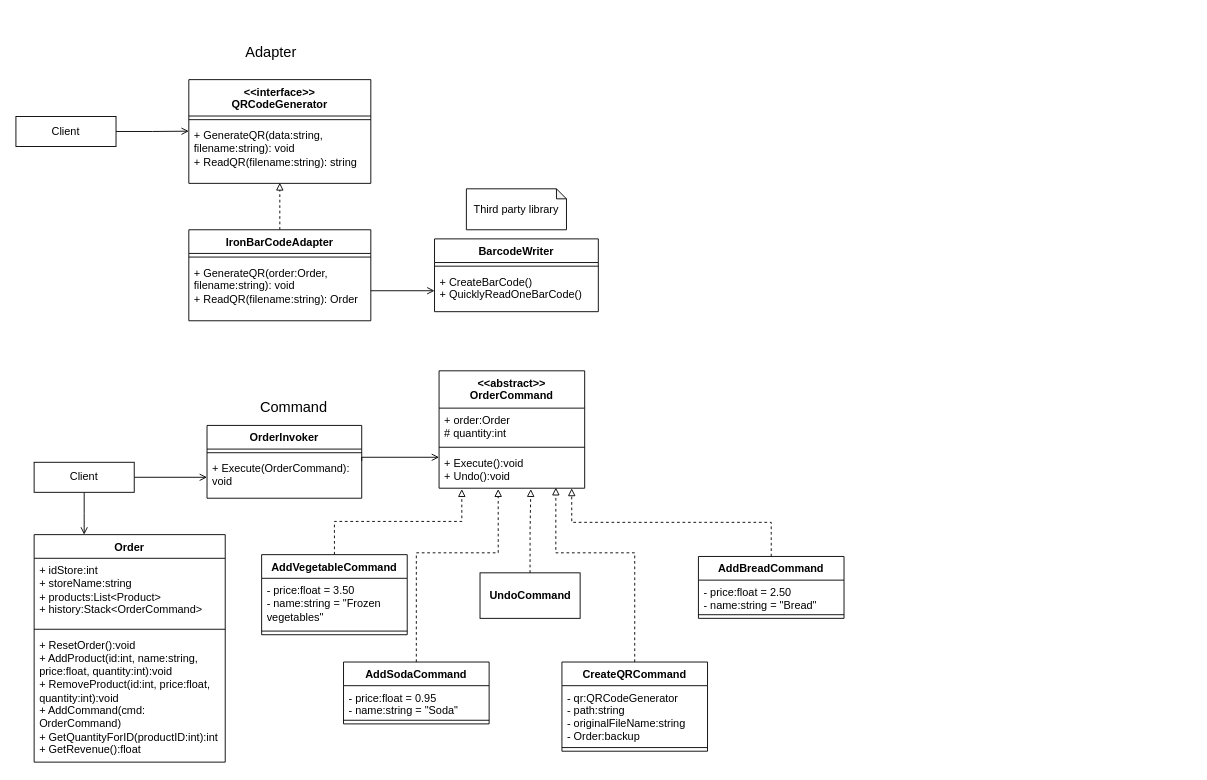
ArrobaRicardoGE/1222-patrones-arquitectura-software keeps this draw.io diagram as RutasTiendas/docs/UML.drawio. Above is the earlier version. Source tidied: cells renumbered, new cells numbered last; positions are measured from the earlier drawing's top-left corner, leaving out a move shared by most shapes. Both pictures are drawn from the tidied source at 91%, with x=0, y=0 at pixel (15, 43).
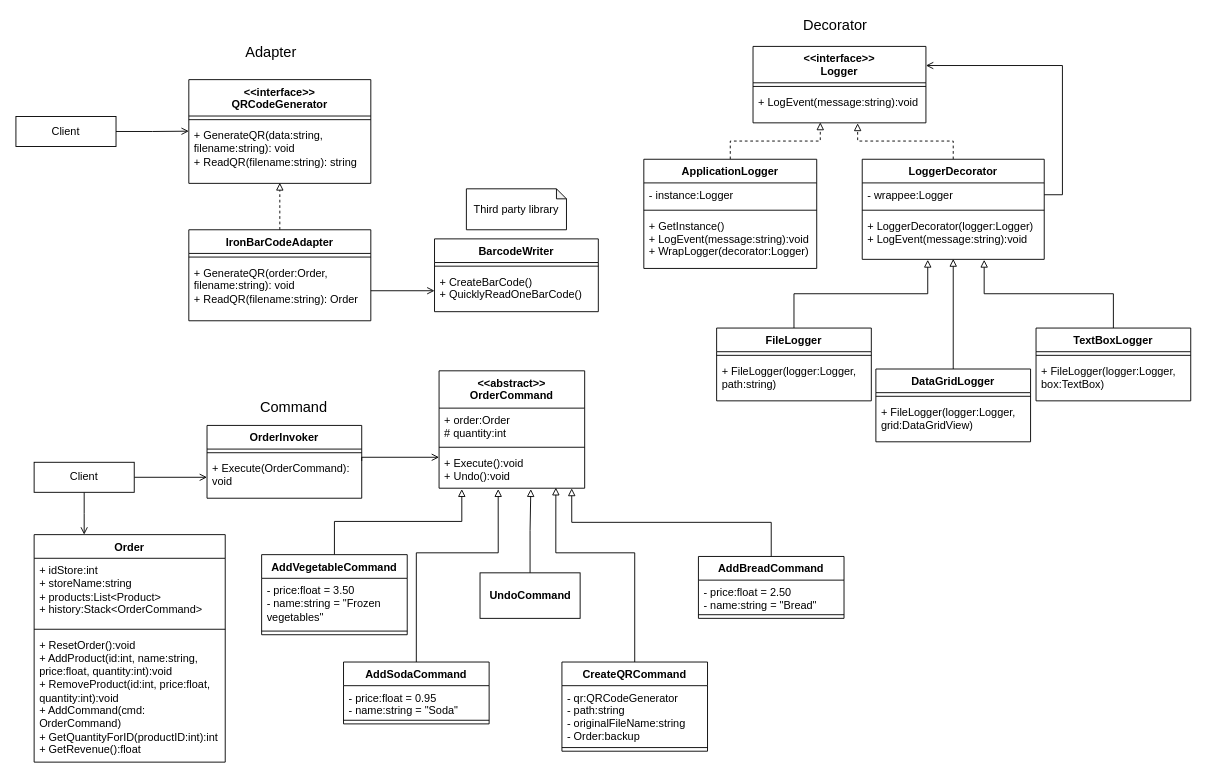
The same page after the edit.

Unchanged cells that the change refers to:
```xml
<mxCell id="25" value="AddVegetableCommand" style="swimlane;fontStyle=1;align=center;verticalAlign=top;horizontal=1;startSize=26;" parent="1" vertex="1">
  <mxGeometry x="270" y="562" width="160" height="88" as="geometry" />
</mxCell>
<mxCell id="29" value="AddSodaCommand" style="swimlane;fontStyle=1;align=center;verticalAlign=top;horizontal=1;startSize=26;" parent="1" vertex="1">
  <mxGeometry x="360" y="680" width="160" height="68" as="geometry" />
</mxCell>
<mxCell id="33" value="AddBreadCommand" style="swimlane;fontStyle=1;align=center;verticalAlign=top;horizontal=1;startSize=26;" parent="1" vertex="1">
  <mxGeometry x="750" y="564" width="160" height="68" as="geometry" />
</mxCell>
<mxCell id="39" value="+ Execute():void&#10;+ Undo():void" style="text;strokeColor=none;fillColor=none;align=left;verticalAlign=top;spacingLeft=4;spacingRight=4;overflow=hidden;points=[[0,0.5],[1,0.5]];portConstraint=eastwest;" parent="36" vertex="1">
  <mxGeometry y="88" width="160" height="41" as="geometry" />
</mxCell>
<mxCell id="46" value="CreateQRCommand" style="swimlane;fontStyle=1;align=center;verticalAlign=top;horizontal=1;startSize=26;" parent="1" vertex="1">
  <mxGeometry x="600" y="680" width="160" height="98" as="geometry" />
</mxCell>
<mxCell id="50" value="&lt;b&gt;UndoCommand&lt;/b&gt;" style="html=1;" parent="1" vertex="1">
  <mxGeometry x="510" y="582" width="110" height="50" as="geometry" />
</mxCell>
```

What changed in the source:
```diff
@@
-    <mxCell id="24" style="edgeStyle=orthogonalEdgeStyle;rounded=0;jettySize=auto;html=1;entryX=0.156;entryY=1.024;entryDx=0;entryDy=0;entryPerimeter=0;dashed=1;endArrow=block;endFill=0;" parent="1" edge="1" source="25" target="39">
+    <mxCell id="24" style="edgeStyle=orthogonalEdgeStyle;rounded=0;jettySize=auto;html=1;entryX=0.156;entryY=1.024;entryDx=0;entryDy=0;entryPerimeter=0;endArrow=block;endFill=0;" parent="1" edge="1" source="25" target="39">
       <mxGeometry relative="1" as="geometry" />
     </mxCell>
@@
-    <mxCell id="28" style="edgeStyle=orthogonalEdgeStyle;rounded=0;jettySize=auto;html=1;entryX=0.406;entryY=1.024;entryDx=0;entryDy=0;entryPerimeter=0;dashed=1;endArrow=block;endFill=0;" parent="1" edge="1" source="29" target="39">
+    <mxCell id="28" style="edgeStyle=orthogonalEdgeStyle;rounded=0;jettySize=auto;html=1;entryX=0.406;entryY=1.024;entryDx=0;entryDy=0;entryPerimeter=0;endArrow=block;endFill=0;" parent="1" edge="1" source="29" target="39">
       <mxGeometry relative="1" as="geometry">
         <Array as="points">
           <mxPoint x="440" y="560" />
           <mxPoint x="530" y="560" />
         </Array>
       </mxGeometry>
     </mxCell>
@@
-    <mxCell id="32" style="edgeStyle=orthogonalEdgeStyle;rounded=0;jettySize=auto;html=1;entryX=0.911;entryY=1.004;entryDx=0;entryDy=0;entryPerimeter=0;dashed=1;endArrow=block;endFill=0;" parent="1" edge="1" source="33" target="39">
+    <mxCell id="32" style="edgeStyle=orthogonalEdgeStyle;rounded=0;jettySize=auto;html=1;entryX=0.911;entryY=1.004;entryDx=0;entryDy=0;entryPerimeter=0;endArrow=block;endFill=0;" parent="1" edge="1" source="33" target="39">
       <mxGeometry relative="1" as="geometry" />
     </mxCell>
@@
-    <mxCell id="45" style="edgeStyle=orthogonalEdgeStyle;rounded=0;jettySize=auto;html=1;entryX=0.802;entryY=0.984;entryDx=0;entryDy=0;entryPerimeter=0;dashed=1;endArrow=block;endFill=0;" parent="1" edge="1" source="46" target="39">
+    <mxCell id="45" style="edgeStyle=orthogonalEdgeStyle;rounded=0;jettySize=auto;html=1;entryX=0.802;entryY=0.984;entryDx=0;entryDy=0;entryPerimeter=0;endArrow=block;endFill=0;" parent="1" edge="1" source="46" target="39">
       <mxGeometry relative="1" as="geometry">
         <Array as="points">
           <mxPoint x="680" y="560" />
           <mxPoint x="593" y="560" />
         </Array>
       </mxGeometry>
     </mxCell>
@@
-    <mxCell id="49" style="edgeStyle=orthogonalEdgeStyle;rounded=0;jettySize=auto;html=1;entryX=0.63;entryY=1.024;entryDx=0;entryDy=0;entryPerimeter=0;dashed=1;endArrow=block;endFill=0;" parent="1" edge="1" source="50" target="39">
+    <mxCell id="49" style="edgeStyle=orthogonalEdgeStyle;rounded=0;jettySize=auto;html=1;entryX=0.63;entryY=1.024;entryDx=0;entryDy=0;entryPerimeter=0;endArrow=block;endFill=0;" parent="1" edge="1" source="50" target="39">
       <mxGeometry relative="1" as="geometry" />
     </mxCell>
@@
+    <mxCell id="51" value="&lt;&lt;interface&gt;&gt;&#10;Logger" style="swimlane;fontStyle=1;align=center;verticalAlign=top;horizontal=1;startSize=40;" parent="1" vertex="1">
+      <mxGeometry x="810" y="3.5" width="190" height="84" as="geometry" />
+    </mxCell>
+    <mxCell id="52" style="line;strokeWidth=1;fillColor=none;align=left;verticalAlign=middle;spacingTop=-1;spacingLeft=3;spacingRight=3;labelPosition=right;" parent="51" vertex="1">
+      <mxGeometry y="40" width="190" height="8" as="geometry" />
+    </mxCell>
+    <mxCell id="53" value="+ LogEvent(message:string):void" style="text;strokeColor=none;fillColor=none;align=left;verticalAlign=top;spacingLeft=4;spacingRight=4;overflow=hidden;points=[[0,0.5],[1,0.5]];portConstraint=eastwest;whiteSpace=wrap;" parent="51" vertex="1">
+      <mxGeometry y="48" width="190" height="36" as="geometry" />
+    </mxCell>
+    <mxCell id="54" style="edgeStyle=orthogonalEdgeStyle;rounded=0;jettySize=auto;html=1;entryX=0.389;entryY=0.986;entryDx=0;entryDy=0;entryPerimeter=0;endArrow=block;endFill=0;dashed=1;" parent="1" edge="1" source="55" target="53">
+      <mxGeometry relative="1" as="geometry" />
+    </mxCell>
+    <mxCell id="55" value="ApplicationLogger" style="swimlane;fontStyle=1;align=center;verticalAlign=top;horizontal=1;startSize=26;" parent="1" vertex="1">
+      <mxGeometry x="690" y="127.5" width="190" height="120" as="geometry" />
+    </mxCell>
+    <mxCell id="56" value="- instance:Logger" style="text;strokeColor=none;fillColor=none;align=left;verticalAlign=top;spacingLeft=4;spacingRight=4;overflow=hidden;" parent="55" vertex="1">
+      <mxGeometry y="26" width="190" height="26" as="geometry" />
+    </mxCell>
+    <mxCell id="57" style="line;strokeWidth=1;fillColor=none;align=left;verticalAlign=middle;spacingTop=-1;spacingLeft=3;spacingRight=3;labelPosition=right;" parent="55" vertex="1">
+      <mxGeometry y="52" width="190" height="8" as="geometry" />
+    </mxCell>
+    <mxCell id="58" value="+ GetInstance()&#10;+ LogEvent(message:string):void&#10;+ WrapLogger(decorator:Logger)" style="text;strokeColor=none;fillColor=none;align=left;verticalAlign=top;spacingLeft=4;spacingRight=4;overflow=hidden;" parent="55" vertex="1">
+      <mxGeometry y="60" width="190" height="60" as="geometry" />
+    </mxCell>
+    <mxCell id="59" style="edgeStyle=orthogonalEdgeStyle;rounded=0;jettySize=auto;html=1;entryX=0.605;entryY=1.014;entryDx=0;entryDy=0;entryPerimeter=0;endArrow=block;endFill=0;dashed=1;" parent="1" edge="1" source="60" target="53">
+      <mxGeometry relative="1" as="geometry" />
+    </mxCell>
+    <mxCell id="60" value="LoggerDecorator" style="swimlane;fontStyle=1;align=center;verticalAlign=top;horizontal=1;startSize=26;" parent="1" vertex="1">
+      <mxGeometry x="930" y="127.5" width="200" height="110" as="geometry" />
+    </mxCell>
+    <mxCell id="61" value="- wrappee:Logger" style="text;strokeColor=none;fillColor=none;align=left;verticalAlign=top;spacingLeft=4;spacingRight=4;overflow=hidden;points=[[0,0.5],[1,0.5]];portConstraint=eastwest;" parent="60" vertex="1">
+      <mxGeometry y="26" width="200" height="26" as="geometry" />
+    </mxCell>
+    <mxCell id="62" style="line;strokeWidth=1;fillColor=none;align=left;verticalAlign=middle;spacingTop=-1;spacingLeft=3;spacingRight=3;labelPosition=right;" parent="60" vertex="1">
+      <mxGeometry y="52" width="200" height="8" as="geometry" />
+    </mxCell>
+    <mxCell id="63" value="+ LoggerDecorator(logger:Logger)&#10;+ LogEvent(message:string):void" style="text;strokeColor=none;fillColor=none;align=left;verticalAlign=top;spacingLeft=4;spacingRight=4;overflow=hidden;points=[[0,0.5],[1,0.5]];portConstraint=eastwest;" parent="60" vertex="1">
+      <mxGeometry y="60" width="200" height="50" as="geometry" />
+    </mxCell>
+    <mxCell id="64" style="edgeStyle=orthogonalEdgeStyle;rounded=0;jettySize=auto;html=1;entryX=0.36;entryY=1.01;entryDx=0;entryDy=0;entryPerimeter=0;endArrow=block;endFill=0;" parent="1" edge="1" source="65" target="63">
+      <mxGeometry relative="1" as="geometry" />
+    </mxCell>
+    <mxCell id="65" value="FileLogger" style="swimlane;fontStyle=1;align=center;verticalAlign=top;horizontal=1;startSize=26;" parent="1" vertex="1">
+      <mxGeometry x="770" y="313" width="170" height="80" as="geometry" />
+    </mxCell>
+    <mxCell id="66" style="line;strokeWidth=1;fillColor=none;align=left;verticalAlign=middle;spacingTop=-1;spacingLeft=3;spacingRight=3;labelPosition=right;" parent="65" vertex="1">
+      <mxGeometry y="26" width="170" height="8" as="geometry" />
+    </mxCell>
+    <mxCell id="67" value="+ FileLogger(logger:Logger, path:string)" style="text;strokeColor=none;fillColor=none;align=left;verticalAlign=top;spacingLeft=4;spacingRight=4;overflow=hidden;whiteSpace=wrap;" parent="65" vertex="1">
+      <mxGeometry y="34" width="170" height="46" as="geometry" />
+    </mxCell>
+    <mxCell id="68" style="edgeStyle=orthogonalEdgeStyle;rounded=0;jettySize=auto;html=1;entryX=0.5;entryY=0.99;entryDx=0;entryDy=0;entryPerimeter=0;endArrow=block;endFill=0;" parent="1" edge="1" source="69" target="63">
+      <mxGeometry relative="1" as="geometry" />
+    </mxCell>
+    <mxCell id="69" value="DataGridLogger" style="swimlane;fontStyle=1;align=center;verticalAlign=top;horizontal=1;startSize=26;" parent="1" vertex="1">
+      <mxGeometry x="945" y="358" width="170" height="80" as="geometry" />
+    </mxCell>
+    <mxCell id="70" style="line;strokeWidth=1;fillColor=none;align=left;verticalAlign=middle;spacingTop=-1;spacingLeft=3;spacingRight=3;labelPosition=right;" parent="69" vertex="1">
+      <mxGeometry y="26" width="170" height="8" as="geometry" />
+    </mxCell>
+    <mxCell id="71" value="+ FileLogger(logger:Logger, grid:DataGridView)" style="text;strokeColor=none;fillColor=none;align=left;verticalAlign=top;spacingLeft=4;spacingRight=4;overflow=hidden;whiteSpace=wrap;" parent="69" vertex="1">
+      <mxGeometry y="34" width="170" height="46" as="geometry" />
+    </mxCell>
+    <mxCell id="72" style="edgeStyle=orthogonalEdgeStyle;rounded=0;jettySize=auto;html=1;entryX=0.67;entryY=1.01;entryDx=0;entryDy=0;entryPerimeter=0;endArrow=block;endFill=0;" parent="1" edge="1" source="73" target="63">
+      <mxGeometry relative="1" as="geometry" />
+    </mxCell>
+    <mxCell id="73" value="TextBoxLogger" style="swimlane;fontStyle=1;align=center;verticalAlign=top;horizontal=1;startSize=26;" parent="1" vertex="1">
+      <mxGeometry x="1121" y="313" width="170" height="80" as="geometry" />
+    </mxCell>
+    <mxCell id="74" style="line;strokeWidth=1;fillColor=none;align=left;verticalAlign=middle;spacingTop=-1;spacingLeft=3;spacingRight=3;labelPosition=right;" parent="73" vertex="1">
+      <mxGeometry y="26" width="170" height="8" as="geometry" />
+    </mxCell>
+    <mxCell id="75" value="+ FileLogger(logger:Logger, box:TextBox)" style="text;strokeColor=none;fillColor=none;align=left;verticalAlign=top;spacingLeft=4;spacingRight=4;overflow=hidden;whiteSpace=wrap;" parent="73" vertex="1">
+      <mxGeometry y="34" width="170" height="46" as="geometry" />
+    </mxCell>
+    <mxCell id="76" style="edgeStyle=orthogonalEdgeStyle;rounded=0;jettySize=auto;html=1;entryX=1;entryY=0.25;entryDx=0;entryDy=0;endArrow=open;endFill=0;exitX=1;exitY=0.5;exitDx=0;exitDy=0;" parent="1" edge="1" source="61" target="51">
+      <mxGeometry relative="1" as="geometry" />
+    </mxCell>
+    <mxCell id="77" value="Decorator" style="text;html=1;align=center;verticalAlign=middle;strokeColor=none;fillColor=none;fontSize=16;" parent="1" vertex="1">
+      <mxGeometry x="855" y="-30" width="90" height="20" as="geometry" />
+    </mxCell>
```
